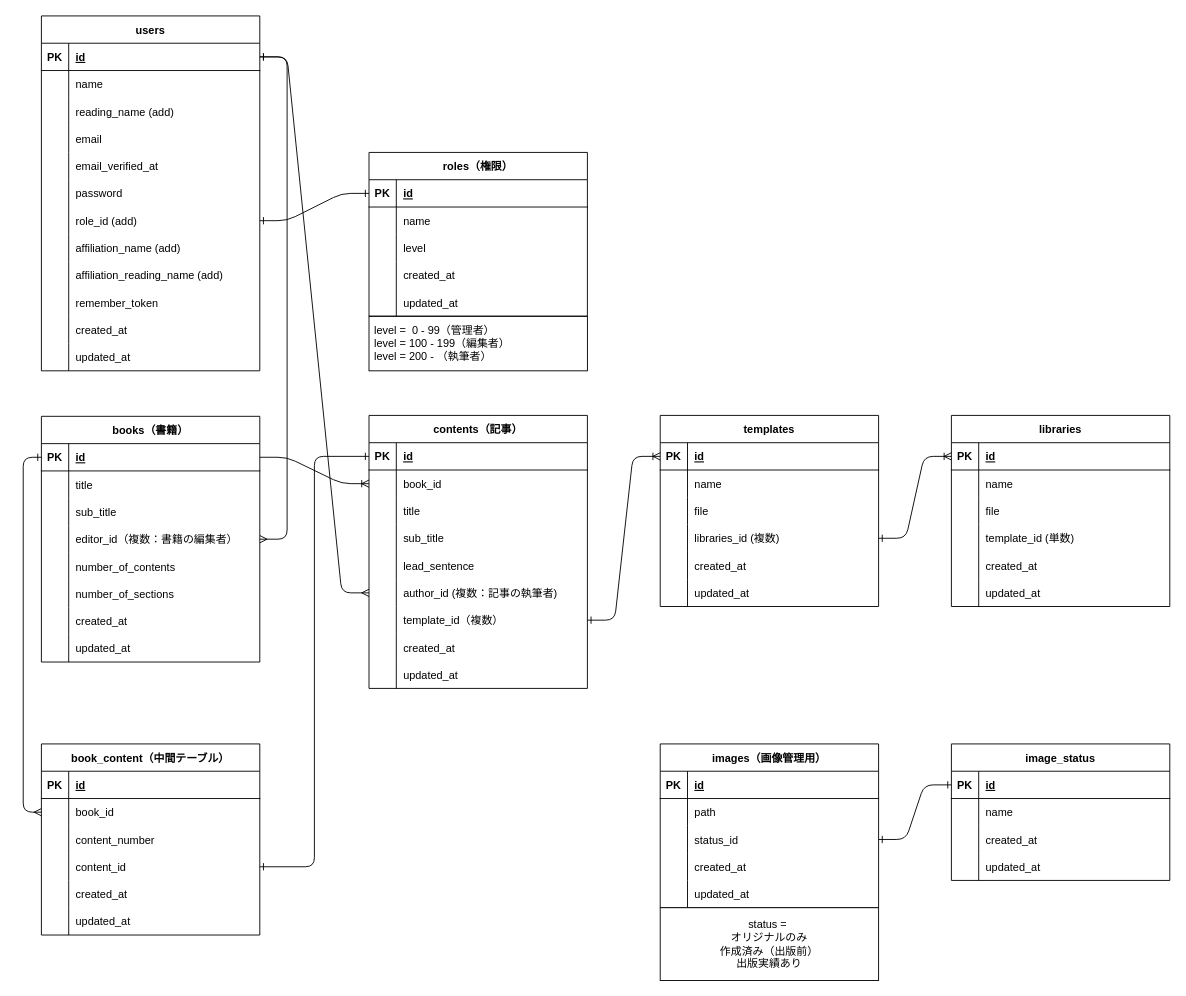
Earlier version of the draw.io diagram _documents/BookWriterDB.drawio (nishi3da/book-writer). Source tidied: cells renumbered, new cells numbered last; positions are measured from the earlier drawing's top-left corner, leaving out a move shared by most shapes. Both pictures are drawn from the tidied source at 91%, with x=0, y=0 at pixel (23, 15).
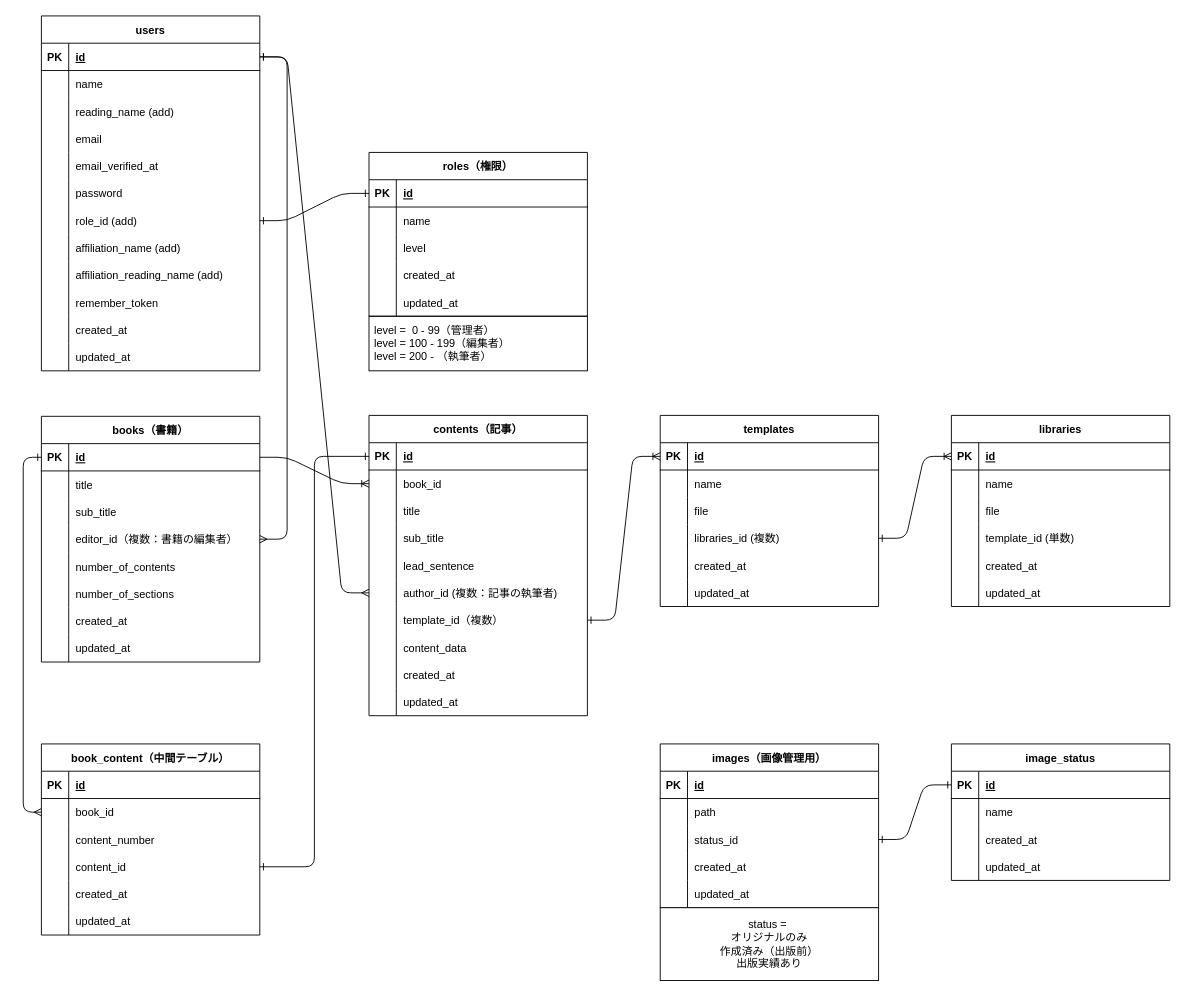
The same diagram, later.

Commit message (it also covers changes not shown here):
Book / ContentのDB・Modelの定義

What changed in the source:
```diff
@@
     <mxCell id="64" value="contents（記事）" style="shape=table;startSize=30;childLayout=tableLayout;rowLines=0;fontStyle=1;align=center;strokeColor=default;" parent="1" vertex="1">
-      <mxGeometry x="380" y="439" width="240" height="300" as="geometry" />
+      <mxGeometry x="380" y="439" width="240" height="330" as="geometry" />
     </mxCell>
@@
+    <mxCell id="205" style="shape=tableRow;horizontal=0;startSize=0;swimlaneHead=0;swimlaneBody=0;fillColor=none;top=0;left=0;right=0;bottom=0;strokeColor=default;" parent="64" vertex="1">
+      <mxGeometry y="240" width="240" height="30" as="geometry" />
+    </mxCell>
+    <mxCell id="206" style="shape=partialRectangle;fillColor=none;top=0;left=0;bottom=0;right=0;overflow=hidden;strokeColor=default;" parent="205" vertex="1">
+      <mxGeometry width="30" height="30" as="geometry" />
+    </mxCell>
+    <mxCell id="207" value="content_data" style="shape=partialRectangle;fillColor=none;top=0;left=0;bottom=0;right=0;align=left;spacingLeft=6;overflow=hidden;strokeColor=default;" parent="205" vertex="1">
+      <mxGeometry x="30" width="210" height="30" as="geometry" />
+    </mxCell>
     <mxCell id="86" style="shape=tableRow;horizontal=0;startSize=0;swimlaneHead=0;swimlaneBody=0;fillColor=none;top=0;left=0;right=0;bottom=0;strokeColor=default;" parent="64" vertex="1">
-      <mxGeometry y="240" width="240" height="30" as="geometry" />
+      <mxGeometry y="270" width="240" height="30" as="geometry" />
     </mxCell>
@@
     <mxCell id="89" style="shape=tableRow;horizontal=0;startSize=0;swimlaneHead=0;swimlaneBody=0;fillColor=none;top=0;left=0;right=0;bottom=0;strokeColor=default;" parent="64" vertex="1">
-      <mxGeometry y="270" width="240" height="30" as="geometry" />
+      <mxGeometry y="300" width="240" height="30" as="geometry" />
     </mxCell>
```
